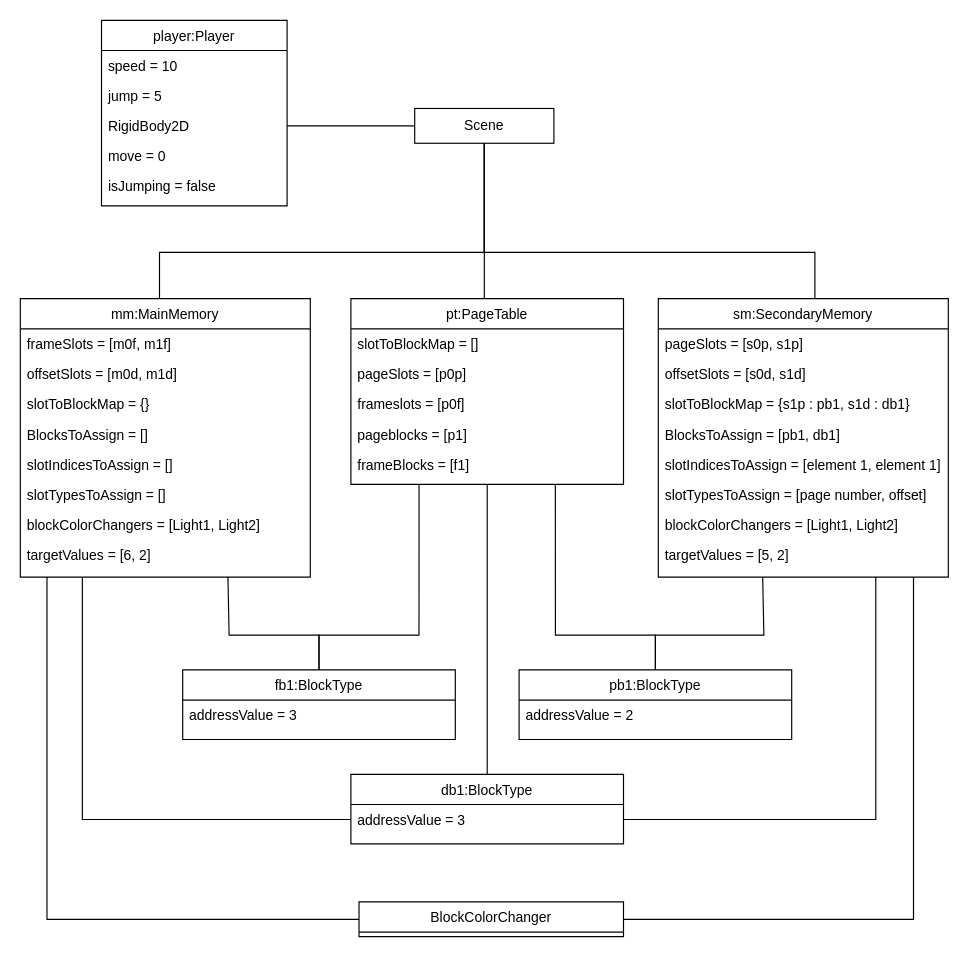
This is Drawio Files/MM_Object_Diagram.drawio from jgharrison1/Logical-Gate, a draw.io file, before an edit. Source tidied: cells renumbered, new cells numbered last; positions are measured from the earlier drawing's top-left corner, leaving out a move shared by most shapes. Both pictures are drawn from the tidied source at 116%, with x=0, y=0 at pixel (20, 20).
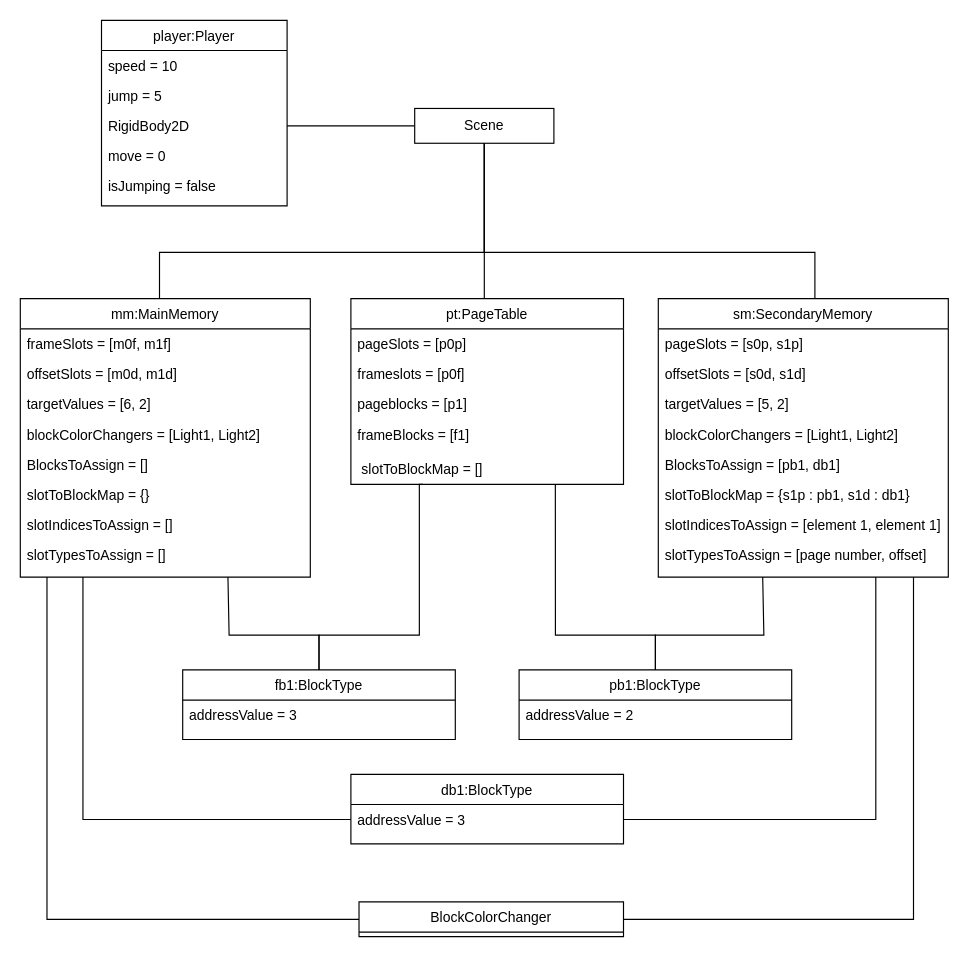
After the change.

Commit message (it also covers changes not shown here):
updated class and object diagrams

Unchanged cells that the change refers to:
```xml
<mxCell id="9" value="pt:PageTable" style="swimlane;fontStyle=0;align=center;verticalAlign=top;horizontal=1;startSize=26;rounded=0;shadow=0;strokeWidth=1;" parent="1" vertex="1">
  <mxGeometry x="285" y="240" width="235" height="160" as="geometry" />
</mxCell>
<mxCell id="19" value="mm:MainMemory" style="swimlane;fontStyle=0;align=center;verticalAlign=top;horizontal=1;startSize=26;rounded=0;shadow=0;strokeWidth=1;" parent="1" vertex="1">
  <mxGeometry y="240" width="250" height="240" as="geometry" />
</mxCell>
<mxCell id="28" value="sm:SecondaryMemory" style="swimlane;fontStyle=0;align=center;verticalAlign=top;horizontal=1;startSize=26;rounded=0;shadow=0;strokeWidth=1;" parent="1" vertex="1">
  <mxGeometry x="550" y="240" width="250" height="240" as="geometry" />
</mxCell>
<mxCell id="38" value="db1:BlockType" style="swimlane;fontStyle=0;align=center;verticalAlign=top;horizontal=1;startSize=26;rounded=0;shadow=0;strokeWidth=1;" parent="1" vertex="1">
  <mxGeometry x="285" y="650" width="235" height="60" as="geometry" />
</mxCell>
<mxCell id="39" value="addressValue = 3" style="text;align=left;verticalAlign=top;spacingLeft=4;spacingRight=4;overflow=hidden;points=[[0,0.5],[1,0.5]];portConstraint=eastwest;" parent="38" vertex="1">
  <mxGeometry y="26" width="235" height="26" as="geometry" />
</mxCell>
<mxCell id="41" value="fb1:BlockType" style="swimlane;fontStyle=0;align=center;verticalAlign=top;horizontal=1;startSize=26;rounded=0;shadow=0;strokeWidth=1;" parent="1" vertex="1">
  <mxGeometry x="140" y="560" width="235" height="60" as="geometry" />
</mxCell>
```

What changed in the source:
```diff
@@
-    <mxCell id="10" value="slotToBlockMap = []" style="text;align=left;verticalAlign=top;spacingLeft=4;spacingRight=4;overflow=hidden;points=[[0,0.5],[1,0.5]];portConstraint=eastwest;rounded=0;shadow=0;html=0;" parent="9" vertex="1">
-      <mxGeometry y="26" width="235" height="26" as="geometry" />
-    </mxCell>
     <mxCell id="11" value="pageSlots = [p0p]" style="text;align=left;verticalAlign=top;spacingLeft=4;spacingRight=4;overflow=hidden;" parent="9" vertex="1">
-      <mxGeometry y="52" width="235" height="26" as="geometry" />
+      <mxGeometry y="26" width="235" height="26" as="geometry" />
     </mxCell>
     <mxCell id="12" value="frameslots = [p0f]" style="text;align=left;verticalAlign=top;spacingLeft=4;spacingRight=4;overflow=hidden;rounded=0;shadow=0;html=0;" parent="9" vertex="1">
-      <mxGeometry y="78" width="235" height="26" as="geometry" />
+      <mxGeometry y="52" width="235" height="26" as="geometry" />
     </mxCell>
     <mxCell id="13" value="pageblocks = [p1]" style="text;align=left;verticalAlign=top;spacingLeft=4;spacingRight=4;overflow=hidden;rounded=0;shadow=0;html=0;" parent="9" vertex="1">
-      <mxGeometry y="104" width="235" height="26" as="geometry" />
+      <mxGeometry y="78" width="235" height="26" as="geometry" />
     </mxCell>
     <mxCell id="14" value="frameBlocks = [f1]" style="text;align=left;verticalAlign=top;spacingLeft=4;spacingRight=4;overflow=hidden;" parent="9" vertex="1">
-      <mxGeometry y="130" width="235" height="26" as="geometry" />
+      <mxGeometry y="104" width="235" height="26" as="geometry" />
     </mxCell>
@@
+    <mxCell id="27" value="targetValues = [6, 2]" style="text;align=left;verticalAlign=top;spacingLeft=4;spacingRight=4;overflow=hidden;points=[[0,0.5],[1,0.5]];portConstraint=eastwest;rounded=0;shadow=0;html=0;" parent="19" vertex="1">
+      <mxGeometry y="78" width="250" height="26" as="geometry" />
+    </mxCell>
+    <mxCell id="26" value="blockColorChangers = [Light1, Light2]" style="text;align=left;verticalAlign=top;spacingLeft=4;spacingRight=4;overflow=hidden;" parent="19" vertex="1">
+      <mxGeometry y="104" width="250" height="26" as="geometry" />
+    </mxCell>
+    <mxCell id="23" value="BlocksToAssign = []" style="text;align=left;verticalAlign=top;spacingLeft=4;spacingRight=4;overflow=hidden;rounded=0;shadow=0;html=0;" parent="19" vertex="1">
+      <mxGeometry y="130" width="250" height="26" as="geometry" />
+    </mxCell>
     <mxCell id="22" value="slotToBlockMap = {}" style="text;align=left;verticalAlign=top;spacingLeft=4;spacingRight=4;overflow=hidden;rounded=0;shadow=0;html=0;" parent="19" vertex="1">
-      <mxGeometry y="78" width="250" height="26" as="geometry" />
+      <mxGeometry y="156" width="250" height="26" as="geometry" />
     </mxCell>
-    <mxCell id="23" value="BlocksToAssign = []" style="text;align=left;verticalAlign=top;spacingLeft=4;spacingRight=4;overflow=hidden;rounded=0;shadow=0;html=0;" parent="19" vertex="1">
-      <mxGeometry y="104" width="250" height="26" as="geometry" />
-    </mxCell>
     <mxCell id="24" value="slotIndicesToAssign = []" style="text;align=left;verticalAlign=top;spacingLeft=4;spacingRight=4;overflow=hidden;rounded=0;shadow=0;html=0;" parent="19" vertex="1">
-      <mxGeometry y="130" width="250" height="26" as="geometry" />
+      <mxGeometry y="182" width="250" height="26" as="geometry" />
     </mxCell>
     <mxCell id="25" value="slotTypesToAssign = []" style="text;align=left;verticalAlign=top;spacingLeft=4;spacingRight=4;overflow=hidden;rounded=0;shadow=0;html=0;" parent="19" vertex="1">
-      <mxGeometry y="156" width="250" height="26" as="geometry" />
+      <mxGeometry y="208" width="250" height="26" as="geometry" />
     </mxCell>
-    <mxCell id="26" value="blockColorChangers = [Light1, Light2]" style="text;align=left;verticalAlign=top;spacingLeft=4;spacingRight=4;overflow=hidden;" parent="19" vertex="1">
-      <mxGeometry y="182" width="250" height="26" as="geometry" />
-    </mxCell>
-    <mxCell id="27" value="targetValues = [6, 2]" style="text;align=left;verticalAlign=top;spacingLeft=4;spacingRight=4;overflow=hidden;points=[[0,0.5],[1,0.5]];portConstraint=eastwest;rounded=0;shadow=0;html=0;" parent="19" vertex="1">
-      <mxGeometry y="208" width="250" height="26" as="geometry" />
-    </mxCell>
@@
+    <mxCell id="36" value="targetValues = [5, 2]" style="text;align=left;verticalAlign=top;spacingLeft=4;spacingRight=4;overflow=hidden;rounded=0;shadow=0;html=0;" parent="28" vertex="1">
+      <mxGeometry y="78" width="250" height="26" as="geometry" />
+    </mxCell>
+    <mxCell id="35" value="blockColorChangers = [Light1, Light2]" style="text;align=left;verticalAlign=top;spacingLeft=4;spacingRight=4;overflow=hidden;" parent="28" vertex="1">
+      <mxGeometry y="104" width="250" height="26" as="geometry" />
+    </mxCell>
+    <mxCell id="32" value="BlocksToAssign = [pb1, db1]" style="text;align=left;verticalAlign=top;spacingLeft=4;spacingRight=4;overflow=hidden;rounded=0;shadow=0;html=0;" parent="28" vertex="1">
+      <mxGeometry y="130" width="250" height="26" as="geometry" />
+    </mxCell>
     <mxCell id="31" value="slotToBlockMap = {s1p : pb1, s1d : db1}" style="text;align=left;verticalAlign=top;spacingLeft=4;spacingRight=4;overflow=hidden;rounded=0;shadow=0;html=0;" parent="28" vertex="1">
-      <mxGeometry y="78" width="250" height="26" as="geometry" />
+      <mxGeometry y="156" width="250" height="26" as="geometry" />
     </mxCell>
-    <mxCell id="32" value="BlocksToAssign = [pb1, db1]" style="text;align=left;verticalAlign=top;spacingLeft=4;spacingRight=4;overflow=hidden;rounded=0;shadow=0;html=0;" parent="28" vertex="1">
-      <mxGeometry y="104" width="250" height="26" as="geometry" />
-    </mxCell>
     <mxCell id="33" value="slotIndicesToAssign = [element 1, element 1]" style="text;align=left;verticalAlign=top;spacingLeft=4;spacingRight=4;overflow=hidden;rounded=0;shadow=0;html=0;" parent="28" vertex="1">
-      <mxGeometry y="130" width="250" height="26" as="geometry" />
+      <mxGeometry y="182" width="250" height="26" as="geometry" />
     </mxCell>
     <mxCell id="34" value="slotTypesToAssign = [page number, offset]" style="text;align=left;verticalAlign=top;spacingLeft=4;spacingRight=4;overflow=hidden;rounded=0;shadow=0;html=0;" parent="28" vertex="1">
-      <mxGeometry y="156" width="250" height="26" as="geometry" />
+      <mxGeometry y="208" width="250" height="26" as="geometry" />
     </mxCell>
-    <mxCell id="35" value="blockColorChangers = [Light1, Light2]" style="text;align=left;verticalAlign=top;spacingLeft=4;spacingRight=4;overflow=hidden;" parent="28" vertex="1">
-      <mxGeometry y="182" width="250" height="26" as="geometry" />
-    </mxCell>
-    <mxCell id="36" value="targetValues = [5, 2]" style="text;align=left;verticalAlign=top;spacingLeft=4;spacingRight=4;overflow=hidden;rounded=0;shadow=0;html=0;" parent="28" vertex="1">
-      <mxGeometry y="208" width="250" height="26" as="geometry" />
-    </mxCell>
-    <mxCell id="37" style="edgeStyle=orthogonalEdgeStyle;rounded=0;jettySize=auto;html=1;entryX=0.5;entryY=1;entryDx=0;entryDy=0;endArrow=none;startFill=0;" parent="1" edge="1" source="38" target="9">
-      <mxGeometry relative="1" as="geometry" />
-    </mxCell>
@@
-    <mxCell id="40" style="edgeStyle=orthogonalEdgeStyle;rounded=0;jettySize=auto;html=1;entryX=0.25;entryY=1;entryDx=0;entryDy=0;endArrow=none;startFill=0;" parent="1" edge="1" source="41" target="9">
-      <mxGeometry relative="1" as="geometry">
-        <Array as="points">
-          <mxPoint x="258" y="530" />
-          <mxPoint x="344" y="530" />
-        </Array>
-      </mxGeometry>
-    </mxCell>
@@
-    <mxCell id="46" style="edgeStyle=orthogonalEdgeStyle;rounded=0;jettySize=auto;html=1;entryX=0.214;entryY=1.231;entryDx=0;entryDy=0;entryPerimeter=0;endArrow=none;startFill=0;" parent="1" edge="1" source="39" target="27">
+    <mxCell id="46" style="edgeStyle=orthogonalEdgeStyle;rounded=0;jettySize=auto;html=1;endArrow=none;startFill=0;" parent="1" edge="1" source="39">
       <mxGeometry relative="1" as="geometry">
+        <mxPoint x="54" y="480" as="targetPoint" />
         <Array as="points">
           <mxPoint x="54" y="689" />
         </Array>
       </mxGeometry>
     </mxCell>
@@
+    <mxCell id="53" style="edgeStyle=orthogonalEdgeStyle;rounded=0;jettySize=auto;html=1;entryX=0.25;entryY=1;entryDx=0;entryDy=0;endArrow=none;startFill=0;" parent="1" edge="1" source="41" target="10">
+      <mxGeometry relative="1" as="geometry">
+        <Array as="points">
+          <mxPoint x="258" y="530" />
+          <mxPoint x="344" y="530" />
+        </Array>
+      </mxGeometry>
+    </mxCell>
+    <mxCell id="10" value="slotToBlockMap = []" style="text;align=left;verticalAlign=top;spacingLeft=4;spacingRight=4;overflow=hidden;points=[[0,0.5],[1,0.5]];portConstraint=eastwest;rounded=0;shadow=0;html=0;" parent="1" vertex="1">
+      <mxGeometry x="288.5" y="374" width="235" height="26" as="geometry" />
+    </mxCell>
```
